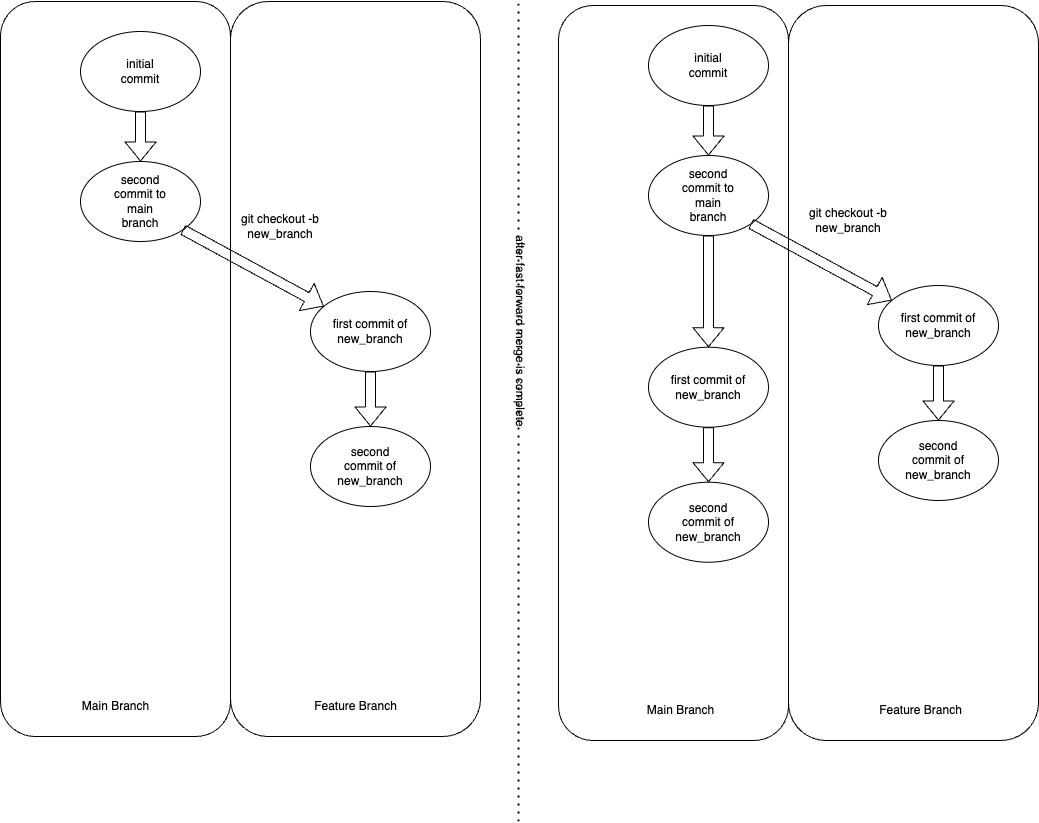
Above: assets/images/git_fast_forward_merge_tree.png in besmith43/tool_docs (draw.io), before the change. Source tidied: cells renumbered, new cells last; positions are measured from the earlier drawing's top-left corner, leaving out a move shared by most shapes.
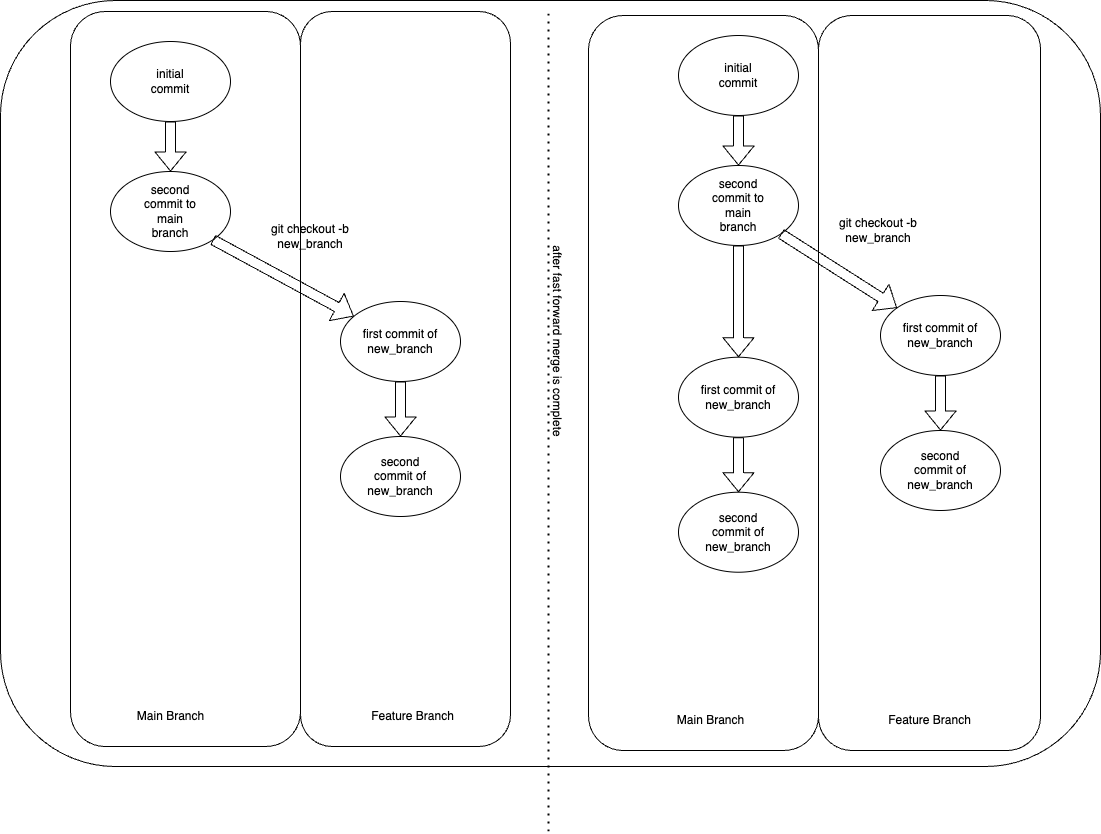
After the change.

Diff of the diagram source:
```diff
@@ -2,17 +2,20 @@
   <root>
     <mxCell id="0" />
     <mxCell id="1" parent="0" />
+    <mxCell id="42" style="rounded=1;whiteSpace=wrap;html=1;" parent="1" vertex="1">
+      <mxGeometry x="-30" y="-11" width="1100" height="766" as="geometry" />
+    </mxCell>
     <mxCell id="2" style="rounded=1;whiteSpace=wrap;html=1;" parent="1" vertex="1">
-      <mxGeometry x="788" y="4" width="250" height="735" as="geometry" />
+      <mxGeometry x="788" y="4" width="222" height="735" as="geometry" />
     </mxCell>
     <mxCell id="3" style="rounded=1;whiteSpace=wrap;html=1;" parent="1" vertex="1">
       <mxGeometry x="558" y="4" width="230" height="735" as="geometry" />
     </mxCell>
     <mxCell id="4" style="rounded=1;whiteSpace=wrap;html=1;" parent="1" vertex="1">
-      <mxGeometry x="230" width="250" height="735" as="geometry" />
+      <mxGeometry x="270" width="210" height="735" as="geometry" />
     </mxCell>
     <mxCell id="5" style="rounded=1;whiteSpace=wrap;html=1;" parent="1" vertex="1">
-      <mxGeometry width="230" height="735" as="geometry" />
+      <mxGeometry x="40" width="230" height="735" as="geometry" />
     </mxCell>
     <mxCell id="6" style="ellipse;whiteSpace=wrap;html=1;" parent="1" vertex="1">
       <mxGeometry x="80" y="30" width="120" height="80" as="geometry" />
@@ -57,7 +60,7 @@
       </mxGeometry>
     </mxCell>
     <mxCell id="19" value="after fast forward merge is complete" style="text;html=1;strokeColor=none;fillColor=none;align=center;verticalAlign=middle;whiteSpace=wrap;rounded=0;rotation=90;" parent="1" vertex="1">
-      <mxGeometry x="410" y="315" width="220" height="30" as="geometry" />
+      <mxGeometry x="417" y="315" width="220" height="30" as="geometry" />
     </mxCell>
     <mxCell id="20" style="ellipse;whiteSpace=wrap;html=1;" parent="1" vertex="1">
       <mxGeometry x="648" y="24" width="120" height="80" as="geometry" />
@@ -66,10 +69,10 @@
       <mxGeometry x="648" y="154" width="120" height="80" as="geometry" />
     </mxCell>
     <mxCell id="22" style="ellipse;whiteSpace=wrap;html=1;" parent="1" vertex="1">
-      <mxGeometry x="878" y="284" width="120" height="80" as="geometry" />
+      <mxGeometry x="850" y="284" width="120" height="80" as="geometry" />
     </mxCell>
     <mxCell id="23" style="ellipse;whiteSpace=wrap;html=1;" parent="1" vertex="1">
-      <mxGeometry x="878" y="419" width="120" height="80" as="geometry" />
+      <mxGeometry x="850" y="419" width="120" height="80" as="geometry" />
     </mxCell>
     <mxCell id="24" style="shape=flexArrow;endArrow=classic;html=1;exitX=0.5;exitY=1;exitDx=0;exitDy=0;entryX=0.5;entryY=0;entryDx=0;entryDy=0;" parent="1" edge="1" source="20" target="21">
       <mxGeometry relative="1" as="geometry" />
@@ -87,10 +90,10 @@
       <mxGeometry x="788" y="204" width="120" height="30" as="geometry" />
     </mxCell>
     <mxCell id="29" value="first commit of new_branch" style="text;html=1;strokeColor=none;fillColor=none;align=center;verticalAlign=middle;whiteSpace=wrap;rounded=0;" parent="1" vertex="1">
-      <mxGeometry x="898" y="309" width="80" height="30" as="geometry" />
+      <mxGeometry x="870" y="309" width="80" height="30" as="geometry" />
     </mxCell>
     <mxCell id="30" value="second commit of new_branch" style="text;html=1;strokeColor=none;fillColor=none;align=center;verticalAlign=middle;whiteSpace=wrap;rounded=0;" parent="1" vertex="1">
-      <mxGeometry x="898" y="444" width="80" height="30" as="geometry" />
+      <mxGeometry x="870" y="444" width="80" height="30" as="geometry" />
     </mxCell>
     <mxCell id="31" style="shape=flexArrow;endArrow=classic;html=1;exitX=0.5;exitY=1;exitDx=0;exitDy=0;entryX=0.5;entryY=0;entryDx=0;entryDy=0;" parent="1" edge="1" source="22" target="23">
       <mxGeometry relative="1" as="geometry" />
@@ -114,16 +117,16 @@
       <mxGeometry relative="1" as="geometry" />
     </mxCell>
     <mxCell id="38" value="Main Branch" style="text;html=1;strokeColor=none;fillColor=none;align=center;verticalAlign=middle;whiteSpace=wrap;rounded=0;" parent="1" vertex="1">
-      <mxGeometry x="62.5" y="690" width="105" height="30" as="geometry" />
+      <mxGeometry x="87.5" y="690" width="105" height="30" as="geometry" />
     </mxCell>
     <mxCell id="39" value="Feature Branch" style="text;html=1;strokeColor=none;fillColor=none;align=center;verticalAlign=middle;whiteSpace=wrap;rounded=0;" parent="1" vertex="1">
-      <mxGeometry x="302.5" y="690" width="105" height="30" as="geometry" />
+      <mxGeometry x="330" y="690" width="105" height="30" as="geometry" />
     </mxCell>
     <mxCell id="40" value="Main Branch" style="text;html=1;strokeColor=none;fillColor=none;align=center;verticalAlign=middle;whiteSpace=wrap;rounded=0;" parent="1" vertex="1">
       <mxGeometry x="628" y="694" width="105" height="30" as="geometry" />
     </mxCell>
     <mxCell id="41" value="Feature Branch" style="text;html=1;strokeColor=none;fillColor=none;align=center;verticalAlign=middle;whiteSpace=wrap;rounded=0;" parent="1" vertex="1">
-      <mxGeometry x="868" y="694" width="105" height="30" as="geometry" />
+      <mxGeometry x="847" y="694" width="105" height="30" as="geometry" />
     </mxCell>
   </root>
 </mxGraphModel>
```
